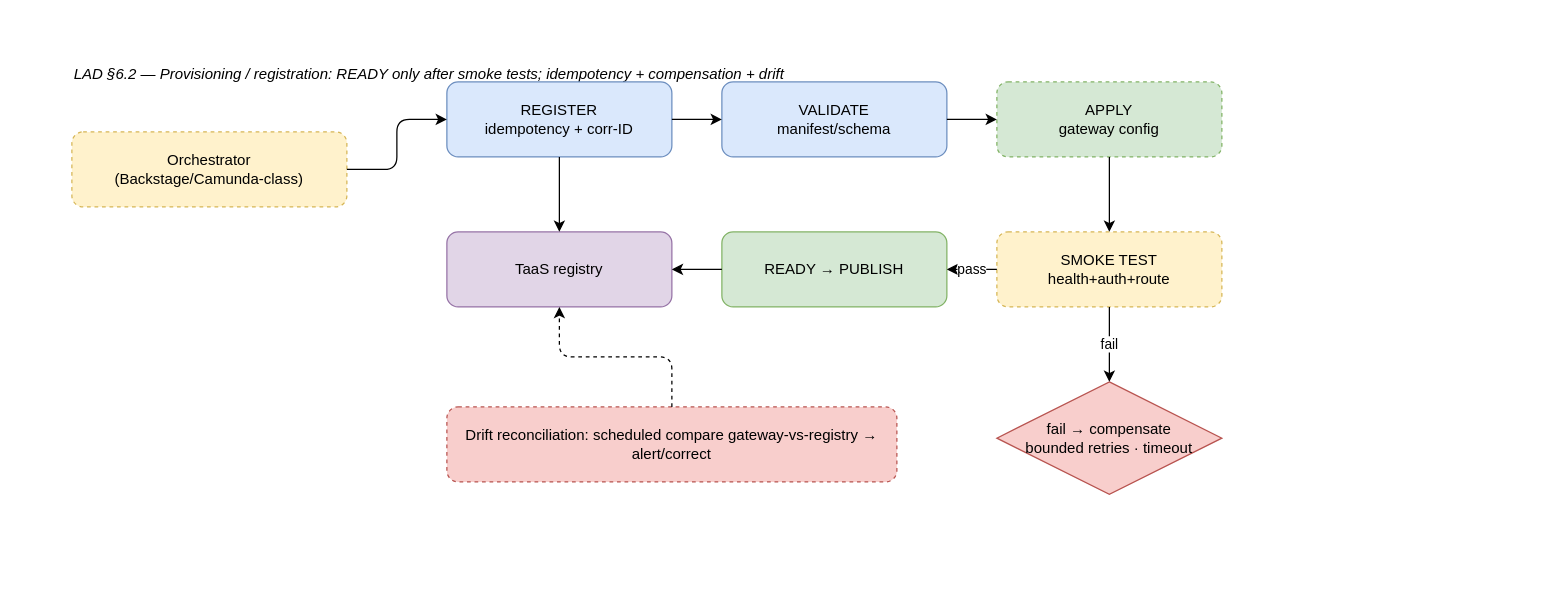
This is page "LAD-03-Provisioning" (3 of 7) of docs/archi/taas-lad.drawio from msellamiTN/taas-provenance-discovery, a draw.io file, before an edit. Source tidied: cells renumbered, new cells numbered last; positions are measured from the earlier drawing's top-left corner, leaving out a move shared by most shapes. Both pictures are drawn from the tidied source at 125%, with x=0, y=0 at pixel (71, 56).
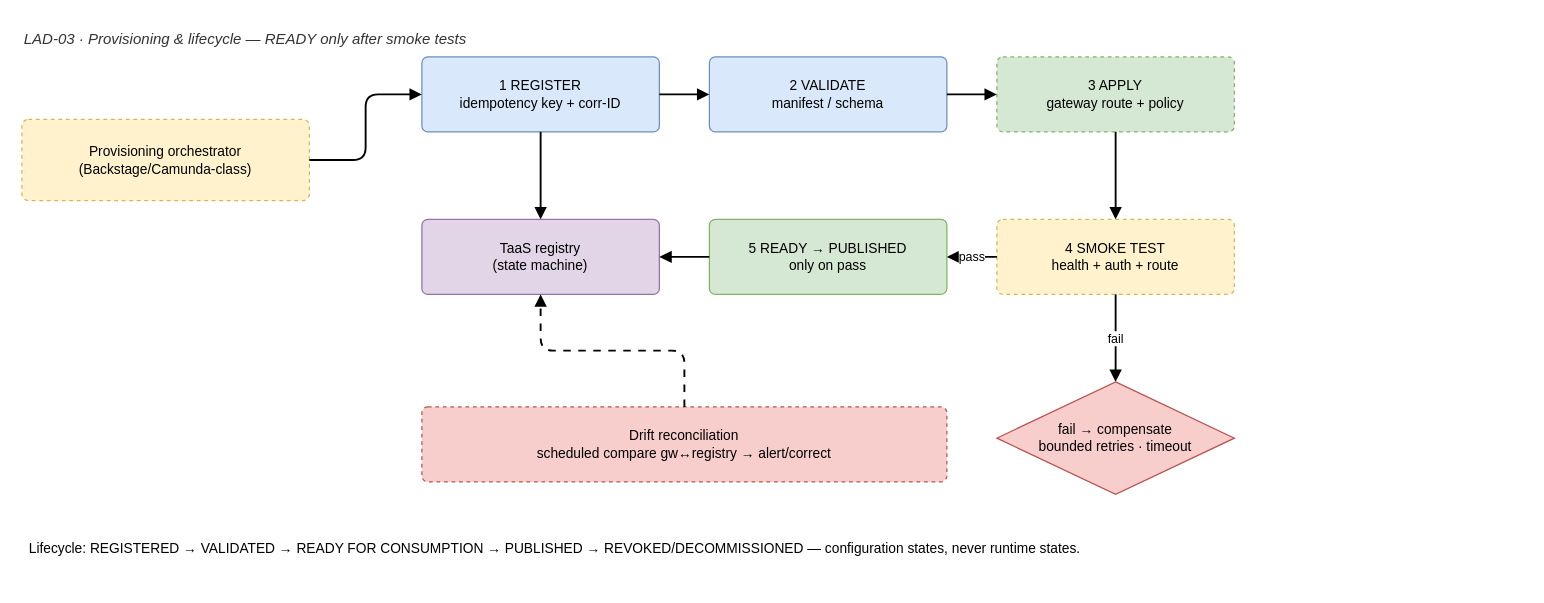
Above is the later version.

What changed in the source:
```diff
@@
-    <mxCell id="2" value="LAD §6.2 — Provisioning / registration: READY only after smoke tests; idempotency + compensation + drift" style="text;html=1;fontSize=12;fontStyle=2;" parent="1" vertex="1">
-      <mxGeometry width="1000" height="24" as="geometry" />
-    </mxCell>
-    <mxCell id="3" value="Orchestrator&lt;br&gt;(Backstage/Camunda-class)" style="rounded=1;whiteSpace=wrap;html=1;fillColor=#fff2cc;strokeColor=#d6b656;dashed=1;" parent="1" vertex="1">
-      <mxGeometry y="60" width="220" height="60" as="geometry" />
-    </mxCell>
-    <mxCell id="4" value="REGISTER&lt;br&gt;idempotency + corr-ID" style="rounded=1;whiteSpace=wrap;html=1;fillColor=#dae8fc;strokeColor=#6c8ebf;" parent="1" vertex="1">
-      <mxGeometry x="300" y="20" width="180" height="60" as="geometry" />
-    </mxCell>
-    <mxCell id="5" value="VALIDATE&lt;br&gt;manifest/schema" style="rounded=1;whiteSpace=wrap;html=1;fillColor=#dae8fc;strokeColor=#6c8ebf;" parent="1" vertex="1">
-      <mxGeometry x="520" y="20" width="180" height="60" as="geometry" />
-    </mxCell>
-    <mxCell id="6" value="APPLY&lt;br&gt;gateway config" style="rounded=1;whiteSpace=wrap;html=1;fillColor=#d5e8d4;strokeColor=#82b366;dashed=1;" parent="1" vertex="1">
-      <mxGeometry x="740" y="20" width="180" height="60" as="geometry" />
-    </mxCell>
-    <mxCell id="7" value="SMOKE TEST&lt;br&gt;health+auth+route" style="rounded=1;whiteSpace=wrap;html=1;fillColor=#fff2cc;strokeColor=#d6b656;dashed=1;" parent="1" vertex="1">
-      <mxGeometry x="740" y="140" width="180" height="60" as="geometry" />
-    </mxCell>
-    <mxCell id="8" value="READY → PUBLISH" style="rounded=1;whiteSpace=wrap;html=1;fillColor=#d5e8d4;strokeColor=#82b366;" parent="1" vertex="1">
-      <mxGeometry x="520" y="140" width="180" height="60" as="geometry" />
-    </mxCell>
-    <mxCell id="9" value="TaaS registry" style="rounded=1;whiteSpace=wrap;html=1;fillColor=#e1d5e7;strokeColor=#9673a6;" parent="1" vertex="1">
-      <mxGeometry x="300" y="140" width="180" height="60" as="geometry" />
-    </mxCell>
-    <mxCell id="10" style="edgeStyle=orthogonalEdgeStyle;rounded=1;html=1;" parent="1" edge="1" source="3" target="4">
-      <mxGeometry relative="1" as="geometry" />
-    </mxCell>
-    <mxCell id="11" style="edgeStyle=orthogonalEdgeStyle;rounded=1;html=1;" parent="1" edge="1" source="4" target="5">
-      <mxGeometry relative="1" as="geometry" />
-    </mxCell>
-    <mxCell id="12" style="edgeStyle=orthogonalEdgeStyle;rounded=1;html=1;" parent="1" edge="1" source="5" target="6">
-      <mxGeometry relative="1" as="geometry" />
-    </mxCell>
-    <mxCell id="13" style="edgeStyle=orthogonalEdgeStyle;rounded=1;html=1;" parent="1" edge="1" source="6" target="7">
-      <mxGeometry relative="1" as="geometry" />
-    </mxCell>
+    <mxCell id="21" value="LAD-03 · Provisioning &amp; lifecycle — READY only after smoke tests" style="text;html=1;fontSize=12;fontStyle=2;fontColor=#333333;" parent="1" vertex="1">
+      <mxGeometry x="-40" y="-28" width="1200" height="26" as="geometry" />
+    </mxCell>
+    <mxCell id="22" value="Provisioning orchestrator&lt;br&gt;(Backstage/Camunda-class)" style="rounded=1;whiteSpace=wrap;html=1;fontSize=11;arcSize=8;align=center;verticalAlign=middle;fillColor=#fff2cc;strokeColor=#d6b656;dashed=1;dashPattern=3 3;" parent="1" vertex="1">
+      <mxGeometry x="-40" y="50" width="230" height="65" as="geometry" />
+    </mxCell>
+    <mxCell id="23" value="1 REGISTER&lt;br&gt;idempotency key + corr-ID" style="rounded=1;whiteSpace=wrap;html=1;fontSize=11;arcSize=8;align=center;verticalAlign=middle;fillColor=#dae8fc;strokeColor=#6c8ebf;" parent="1" vertex="1">
+      <mxGeometry x="280" width="190" height="60" as="geometry" />
+    </mxCell>
+    <mxCell id="24" value="2 VALIDATE&lt;br&gt;manifest / schema" style="rounded=1;whiteSpace=wrap;html=1;fontSize=11;arcSize=8;align=center;verticalAlign=middle;fillColor=#dae8fc;strokeColor=#6c8ebf;" parent="1" vertex="1">
+      <mxGeometry x="510" width="190" height="60" as="geometry" />
+    </mxCell>
+    <mxCell id="25" value="3 APPLY&lt;br&gt;gateway route + policy" style="rounded=1;whiteSpace=wrap;html=1;fontSize=11;arcSize=8;align=center;verticalAlign=middle;fillColor=#d5e8d4;strokeColor=#82b366;dashed=1;dashPattern=3 3;" parent="1" vertex="1">
+      <mxGeometry x="740" width="190" height="60" as="geometry" />
+    </mxCell>
+    <mxCell id="26" value="4 SMOKE TEST&lt;br&gt;health + auth + route" style="rounded=1;whiteSpace=wrap;html=1;fontSize=11;arcSize=8;align=center;verticalAlign=middle;fillColor=#fff2cc;strokeColor=#d6b656;dashed=1;dashPattern=3 3;" parent="1" vertex="1">
+      <mxGeometry x="740" y="130" width="190" height="60" as="geometry" />
+    </mxCell>
+    <mxCell id="27" value="5 READY → PUBLISHED&lt;br&gt;only on pass" style="rounded=1;whiteSpace=wrap;html=1;fontSize=11;arcSize=8;align=center;verticalAlign=middle;fillColor=#d5e8d4;strokeColor=#82b366;" parent="1" vertex="1">
+      <mxGeometry x="510" y="130" width="190" height="60" as="geometry" />
+    </mxCell>
+    <mxCell id="28" value="TaaS registry&lt;br&gt;(state machine)" style="rounded=1;whiteSpace=wrap;html=1;fontSize=11;arcSize=8;align=center;verticalAlign=middle;fillColor=#e1d5e7;strokeColor=#9673a6;" parent="1" vertex="1">
+      <mxGeometry x="280" y="130" width="190" height="60" as="geometry" />
+    </mxCell>
+    <mxCell id="17" value="fail → compensate&lt;br&gt;bounded retries · timeout" style="rhombus;whiteSpace=wrap;html=1;fontSize=11;fillColor=#f8cecc;strokeColor=#b85450;" parent="1" vertex="1">
+      <mxGeometry x="740" y="260" width="190" height="90" as="geometry" />
+    </mxCell>
+    <mxCell id="29" value="Drift reconciliation&lt;br&gt;scheduled compare gw↔registry → alert/correct" style="rounded=1;whiteSpace=wrap;html=1;fontSize=11;arcSize=8;align=center;verticalAlign=middle;fillColor=#f8cecc;strokeColor=#b85450;dashed=1;dashPattern=3 3;" parent="1" vertex="1">
+      <mxGeometry x="280" y="280" width="420" height="60" as="geometry" />
+    </mxCell>
+    <mxCell id="30" style="edgeStyle=orthogonalEdgeStyle;rounded=1;html=1;fontSize=10;endArrow=block;strokeWidth=1.5;" parent="1" edge="1" source="22" target="23">
+      <mxGeometry relative="1" as="geometry" />
+    </mxCell>
+    <mxCell id="31" style="edgeStyle=orthogonalEdgeStyle;rounded=1;html=1;fontSize=10;endArrow=block;strokeWidth=1.5;" parent="1" edge="1" source="23" target="24">
+      <mxGeometry relative="1" as="geometry" />
+    </mxCell>
+    <mxCell id="32" style="edgeStyle=orthogonalEdgeStyle;rounded=1;html=1;fontSize=10;endArrow=block;strokeWidth=1.5;" parent="1" edge="1" source="24" target="25">
+      <mxGeometry relative="1" as="geometry" />
+    </mxCell>
+    <mxCell id="33" style="edgeStyle=orthogonalEdgeStyle;rounded=1;html=1;fontSize=10;endArrow=block;strokeWidth=1.5;" parent="1" edge="1" source="25" target="26">
+      <mxGeometry relative="1" as="geometry" />
+    </mxCell>
-    <mxCell id="14" value="pass" style="edgeStyle=orthogonalEdgeStyle;rounded=1;html=1;fontSize=11;" parent="1" edge="1" source="7" target="8">
+    <mxCell id="14" value="pass" style="edgeStyle=orthogonalEdgeStyle;rounded=1;html=1;fontSize=10;endArrow=block;strokeWidth=1.5;" parent="1" edge="1" source="26" target="27">
       <mxGeometry relative="1" as="geometry" />
     </mxCell>
-    <mxCell id="15" style="edgeStyle=orthogonalEdgeStyle;rounded=1;html=1;" parent="1" edge="1" source="8" target="9">
-      <mxGeometry relative="1" as="geometry" />
-    </mxCell>
-    <mxCell id="16" style="edgeStyle=orthogonalEdgeStyle;rounded=1;html=1;" parent="1" edge="1" source="4" target="9">
-      <mxGeometry relative="1" as="geometry" />
-    </mxCell>
-    <mxCell id="17" value="fail → compensate&lt;br&gt;bounded retries · timeout" style="rhombus;whiteSpace=wrap;html=1;fillColor=#f8cecc;strokeColor=#b85450;" parent="1" vertex="1">
-      <mxGeometry x="740" y="260" width="180" height="90" as="geometry" />
-    </mxCell>
-    <mxCell id="18" value="fail" style="edgeStyle=orthogonalEdgeStyle;rounded=1;html=1;fontSize=11;" parent="1" edge="1" source="7" target="17">
+    <mxCell id="18" value="fail" style="edgeStyle=orthogonalEdgeStyle;rounded=1;html=1;fontSize=10;endArrow=block;strokeWidth=1.5;" parent="1" edge="1" source="26" target="17">
       <mxGeometry relative="1" as="geometry" />
     </mxCell>
-    <mxCell id="19" value="Drift reconciliation: scheduled compare gateway-vs-registry → alert/correct" style="rounded=1;whiteSpace=wrap;html=1;fillColor=#f8cecc;strokeColor=#b85450;dashed=1;" parent="1" vertex="1">
-      <mxGeometry x="300" y="280" width="360" height="60" as="geometry" />
-    </mxCell>
-    <mxCell id="20" style="edgeStyle=orthogonalEdgeStyle;rounded=1;html=1;dashed=1;" parent="1" edge="1" source="19" target="9">
-      <mxGeometry relative="1" as="geometry" />
-    </mxCell>
+    <mxCell id="34" style="edgeStyle=orthogonalEdgeStyle;rounded=1;html=1;fontSize=10;endArrow=block;strokeWidth=1.5;" parent="1" edge="1" source="27" target="28">
+      <mxGeometry relative="1" as="geometry" />
+    </mxCell>
+    <mxCell id="35" style="edgeStyle=orthogonalEdgeStyle;rounded=1;html=1;fontSize=10;endArrow=block;strokeWidth=1.5;" parent="1" edge="1" source="23" target="28">
+      <mxGeometry relative="1" as="geometry" />
+    </mxCell>
+    <mxCell id="36" style="edgeStyle=orthogonalEdgeStyle;rounded=1;html=1;fontSize=10;endArrow=block;strokeWidth=1.5;dashed=1;dashPattern=4 4;" parent="1" edge="1" source="29" target="28">
+      <mxGeometry relative="1" as="geometry" />
+    </mxCell>
+    <mxCell id="37" value="Lifecycle: REGISTERED → VALIDATED → READY FOR CONSUMPTION → PUBLISHED → REVOKED/DECOMMISSIONED — configuration states, never runtime states." style="text;html=1;fontSize=11;align=left;spacingLeft=4;" parent="1" vertex="1">
+      <mxGeometry x="-40" y="380" width="1200" height="40" as="geometry" />
+    </mxCell>
```
